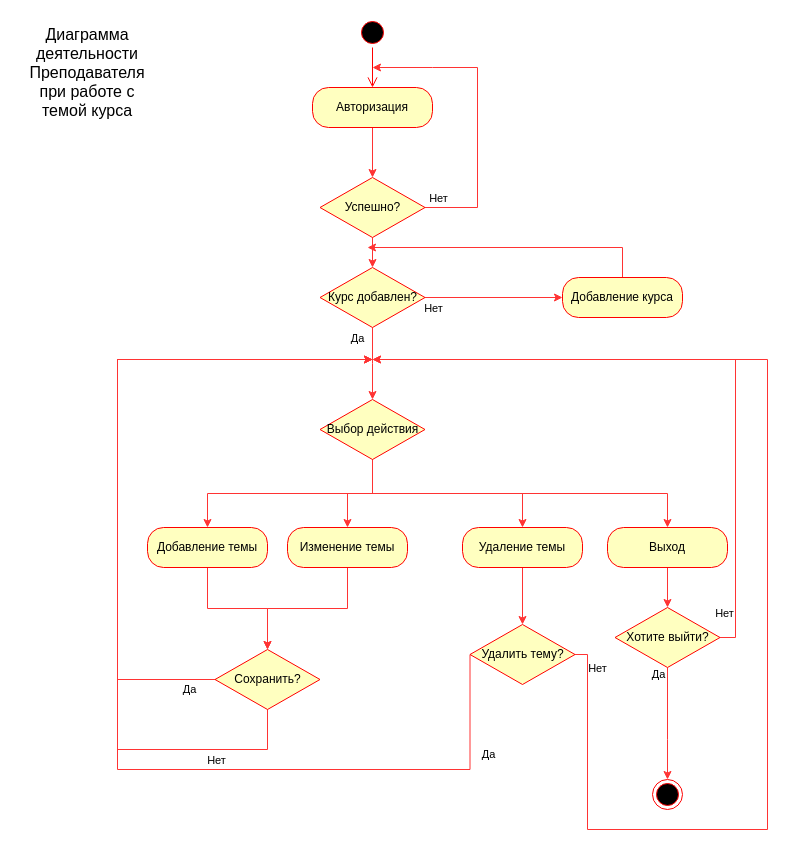
This is page "Activity teacher - Topic" (12 of 14) of UML.drawio from FaridunSalimzoda/myvkr, a draw.io file, before an edit. Source tidied: cells renumbered, new cells numbered last; positions are measured from the earlier drawing's top-left corner, leaving out a move shared by most shapes. Both pictures are drawn from the tidied source at 100%, with x=0, y=0 at pixel (17, 17).
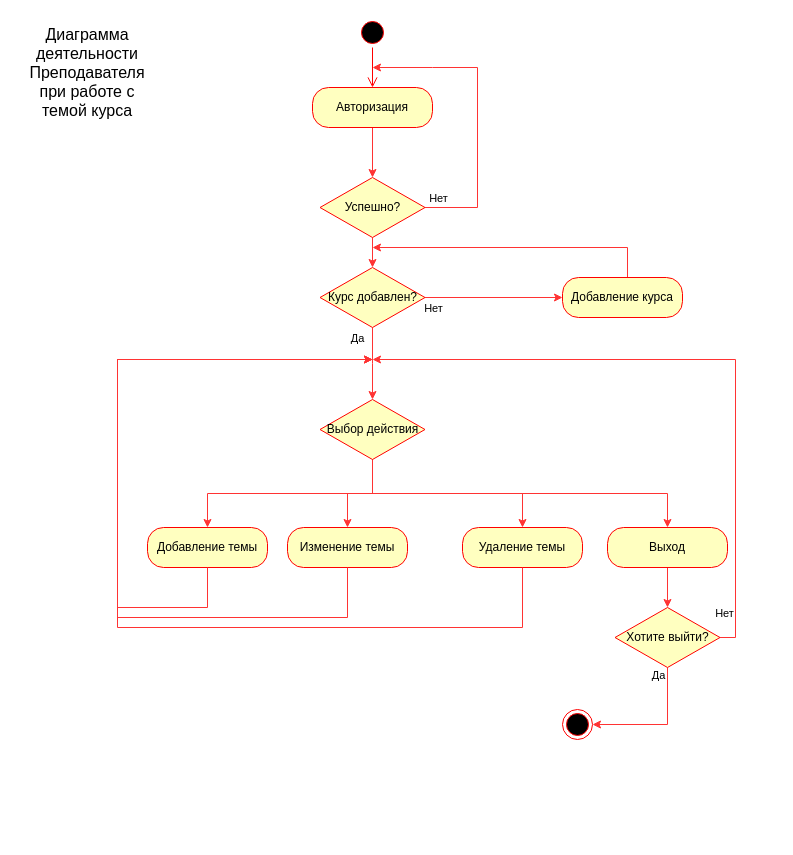
Above is the later version.

The change refers to these unchanged cells:
```xml
<mxCell id="13" value="Добавление темы" style="rounded=1;whiteSpace=wrap;html=1;arcSize=40;fontColor=#000000;fillColor=#ffffc0;strokeColor=#ff0000;" parent="1" vertex="1">
  <mxGeometry x="130" y="510" width="120" height="40" as="geometry" />
</mxCell>
<mxCell id="15" value="Изменение темы" style="rounded=1;whiteSpace=wrap;html=1;arcSize=40;fontColor=#000000;fillColor=#ffffc0;strokeColor=#ff0000;" parent="1" vertex="1">
  <mxGeometry x="270" y="510" width="120" height="40" as="geometry" />
</mxCell>
<mxCell id="17" value="Удаление темы" style="rounded=1;whiteSpace=wrap;html=1;arcSize=40;fontColor=#000000;fillColor=#ffffc0;strokeColor=#ff0000;" parent="1" vertex="1">
  <mxGeometry x="445" y="510" width="120" height="40" as="geometry" />
</mxCell>
<mxCell id="34" value="Хотите выйти?" style="rhombus;whiteSpace=wrap;html=1;fillColor=#ffffc0;strokeColor=#ff0000;" parent="1" vertex="1">
  <mxGeometry x="597.5" y="590" width="105" height="60" as="geometry" />
</mxCell>
<mxCell id="44" value="Добавление курса" style="rounded=1;whiteSpace=wrap;html=1;arcSize=40;fontColor=#000000;fillColor=#ffffc0;strokeColor=#ff0000;" parent="1" vertex="1">
  <mxGeometry x="545" y="260" width="120" height="40" as="geometry" />
</mxCell>
```

Diff of the diagram source:
```diff
@@
-    <mxCell id="12" style="edgeStyle=orthogonalEdgeStyle;rounded=0;jettySize=auto;html=1;exitX=0.5;exitY=1;exitDx=0;exitDy=0;entryX=0.5;entryY=0;entryDx=0;entryDy=0;strokeColor=#FF3333;" parent="1" edge="1" source="13" target="23">
-      <mxGeometry relative="1" as="geometry" />
-    </mxCell>
@@
-    <mxCell id="14" style="edgeStyle=orthogonalEdgeStyle;rounded=0;jettySize=auto;html=1;exitX=0.5;exitY=1;exitDx=0;exitDy=0;entryX=0.5;entryY=0;entryDx=0;entryDy=0;strokeColor=#FF3333;" parent="1" edge="1" source="15" target="23">
-      <mxGeometry relative="1" as="geometry" />
-    </mxCell>
@@
-    <mxCell id="16" style="edgeStyle=orthogonalEdgeStyle;rounded=0;jettySize=auto;html=1;exitX=0.5;exitY=1;exitDx=0;exitDy=0;strokeColor=#FF3333;entryX=0.5;entryY=0;entryDx=0;entryDy=0;" parent="1" edge="1" source="17" target="28">
-      <mxGeometry relative="1" as="geometry" />
-    </mxCell>
@@
-    <mxCell id="20" value="Да" style="edgeStyle=orthogonalEdgeStyle;rounded=0;orthogonalLoop=1;jettySize=auto;html=1;exitX=0;exitY=0.5;exitDx=0;exitDy=0;strokeColor=#FF3333;" parent="1" edge="1">
+    <mxCell id="20" style="edgeStyle=orthogonalEdgeStyle;rounded=0;jettySize=auto;html=1;exitX=0.5;exitY=1;exitDx=0;exitDy=0;strokeColor=#FF3333;" parent="1" edge="1" source="13">
       <mxGeometry x="-0.92" y="10" relative="1" as="geometry">
-        <mxPoint x="198.5" y="662" as="sourcePoint" />
         <mxPoint x="355" y="342" as="targetPoint" />
         <Array as="points">
-          <mxPoint x="100" y="662" />
+          <mxPoint x="190" y="590" />
+          <mxPoint x="100" y="590" />
           <mxPoint x="100" y="342" />
         </Array>
       </mxGeometry>
     </mxCell>
-    <mxCell id="21" style="edgeStyle=orthogonalEdgeStyle;rounded=0;jettySize=auto;html=1;exitX=0.5;exitY=1;exitDx=0;exitDy=0;strokeColor=#FF3333;" parent="1" edge="1" source="23">
+    <mxCell id="21" style="edgeStyle=orthogonalEdgeStyle;rounded=0;jettySize=auto;html=1;exitX=0.5;exitY=1;exitDx=0;exitDy=0;strokeColor=#FF3333;" parent="1" edge="1" source="15">
       <mxGeometry relative="1" as="geometry">
         <mxPoint x="355" y="342" as="targetPoint" />
         <Array as="points">
-          <mxPoint x="250" y="732" />
-          <mxPoint x="100" y="732" />
+          <mxPoint x="330" y="600" />
+          <mxPoint x="100" y="600" />
           <mxPoint x="100" y="342" />
         </Array>
       </mxGeometry>
     </mxCell>
-    <mxCell id="22" value="Нет" style="edgeLabel;html=1;align=center;verticalAlign=middle;" parent="21" vertex="1">
-      <mxGeometry x="-0.84" relative="1" as="geometry">
-        <mxPoint x="-25" y="10" as="offset" />
-      </mxGeometry>
-    </mxCell>
-    <mxCell id="23" value="Сохранить?" style="rhombus;whiteSpace=wrap;html=1;fillColor=#ffffc0;strokeColor=#ff0000;" parent="1" vertex="1">
-      <mxGeometry x="197.5" y="632" width="105" height="60" as="geometry" />
-    </mxCell>
-    <mxCell id="24" style="edgeStyle=orthogonalEdgeStyle;rounded=0;jettySize=auto;html=1;exitX=0;exitY=0.5;exitDx=0;exitDy=0;strokeColor=#FF3333;" parent="1" edge="1" source="28">
+    <mxCell id="24" style="edgeStyle=orthogonalEdgeStyle;rounded=0;jettySize=auto;html=1;strokeColor=#FF3333;exitX=0.5;exitY=1;exitDx=0;exitDy=0;" parent="1" edge="1" source="17">
       <mxGeometry relative="1" as="geometry">
         <mxPoint x="355" y="342" as="targetPoint" />
         <Array as="points">
-          <mxPoint x="453" y="752" />
-          <mxPoint x="100" y="752" />
+          <mxPoint x="505" y="610" />
+          <mxPoint x="100" y="610" />
           <mxPoint x="100" y="342" />
         </Array>
       </mxGeometry>
     </mxCell>
-    <mxCell id="25" value="Да" style="edgeLabel;html=1;align=center;verticalAlign=middle;" parent="24" vertex="1">
-      <mxGeometry x="-0.81" y="-1" relative="1" as="geometry">
-        <mxPoint x="19" y="-9" as="offset" />
-      </mxGeometry>
-    </mxCell>
-    <mxCell id="26" style="edgeStyle=orthogonalEdgeStyle;rounded=0;jettySize=auto;html=1;exitX=1;exitY=0.5;exitDx=0;exitDy=0;strokeColor=#FF3333;" parent="1" edge="1" source="28">
-      <mxGeometry relative="1" as="geometry">
-        <mxPoint x="355" y="342" as="targetPoint" />
-        <Array as="points">
-          <mxPoint x="570" y="637" />
-          <mxPoint x="570" y="812" />
-          <mxPoint x="750" y="812" />
-          <mxPoint x="750" y="342" />
-        </Array>
-      </mxGeometry>
-    </mxCell>
-    <mxCell id="27" value="Нет" style="edgeLabel;html=1;align=center;verticalAlign=middle;" parent="26" vertex="1">
-      <mxGeometry x="-0.44" y="-2" relative="1" as="geometry">
-        <mxPoint x="-148" y="-164" as="offset" />
-      </mxGeometry>
-    </mxCell>
-    <mxCell id="28" value="Удалить тему?" style="rhombus;whiteSpace=wrap;html=1;fillColor=#ffffc0;strokeColor=#ff0000;" parent="1" vertex="1">
-      <mxGeometry x="452.5" y="607" width="105" height="60" as="geometry" />
-    </mxCell>
     <mxCell id="29" style="ellipse;html=1;shape=endState;fillColor=#000000;strokeColor=#ff0000;" parent="1" vertex="1">
-      <mxGeometry x="635" y="762" width="30" height="30" as="geometry" />
+      <mxGeometry x="545" y="692" width="30" height="30" as="geometry" />
     </mxCell>
-    <mxCell id="30" style="edgeStyle=orthogonalEdgeStyle;rounded=0;jettySize=auto;html=1;exitX=0.5;exitY=1;exitDx=0;exitDy=0;entryX=0.5;entryY=0;entryDx=0;entryDy=0;strokeColor=#FF3333;" parent="1" edge="1" source="34" target="29">
+    <mxCell id="30" style="edgeStyle=orthogonalEdgeStyle;rounded=0;jettySize=auto;html=1;exitX=0.5;exitY=1;exitDx=0;exitDy=0;entryX=1;entryY=0.5;entryDx=0;entryDy=0;strokeColor=#FF3333;" parent="1" edge="1" source="34" target="29">
       <mxGeometry relative="1" as="geometry">
         <Array as="points">
-          <mxPoint x="650" y="722" />
-          <mxPoint x="650" y="722" />
+          <mxPoint x="650" y="707" />
         </Array>
       </mxGeometry>
     </mxCell>
@@
-    <mxCell id="43" style="edgeStyle=orthogonalEdgeStyle;rounded=0;jettySize=auto;html=1;strokeColor=#FF3333;" parent="1" edge="1" source="44">
+    <mxCell id="43" style="edgeStyle=orthogonalEdgeStyle;rounded=0;orthogonalLoop=1;jettySize=auto;html=1;strokeColor=#FF3333;" parent="1" edge="1">
       <mxGeometry relative="1" as="geometry">
-        <mxPoint x="350" y="230" as="targetPoint" />
+        <mxPoint x="610" y="260" as="sourcePoint" />
+        <mxPoint x="355" y="230" as="targetPoint" />
         <Array as="points">
-          <mxPoint x="605" y="230" />
+          <mxPoint x="610" y="230" />
         </Array>
       </mxGeometry>
     </mxCell>
```
